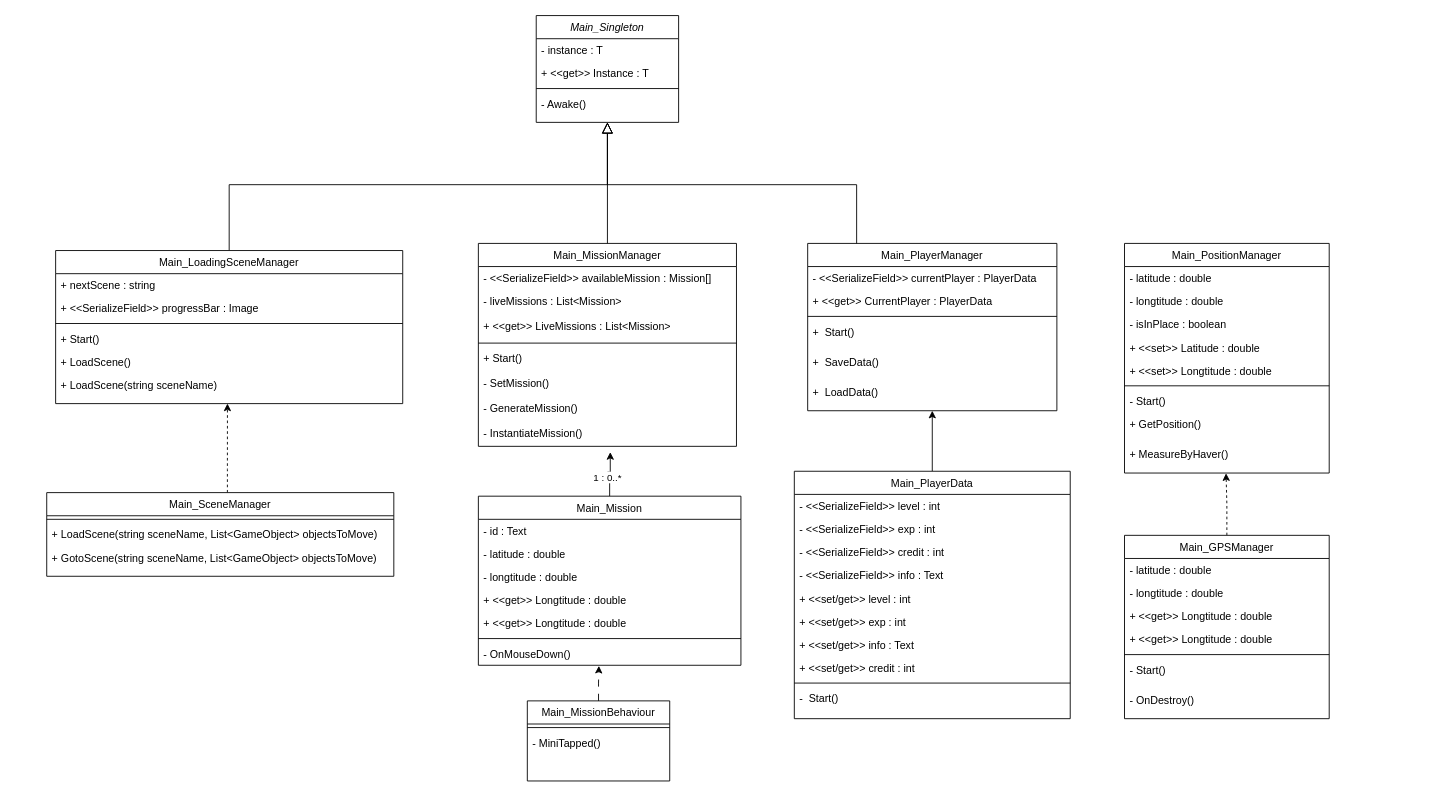
This is 문서 작업(설계서)/여러가지 자료/스크립트 다이어그램 모음/MainScriptDiagram.drawio from ymg5218/CapstoneARtp, a draw.io file, before an edit. Source tidied: cells renumbered, new cells numbered last; positions are measured from the earlier drawing's top-left corner, leaving out a move shared by most shapes. Both pictures are drawn from the tidied source at 89%, with x=0, y=0 at pixel (46, 15).
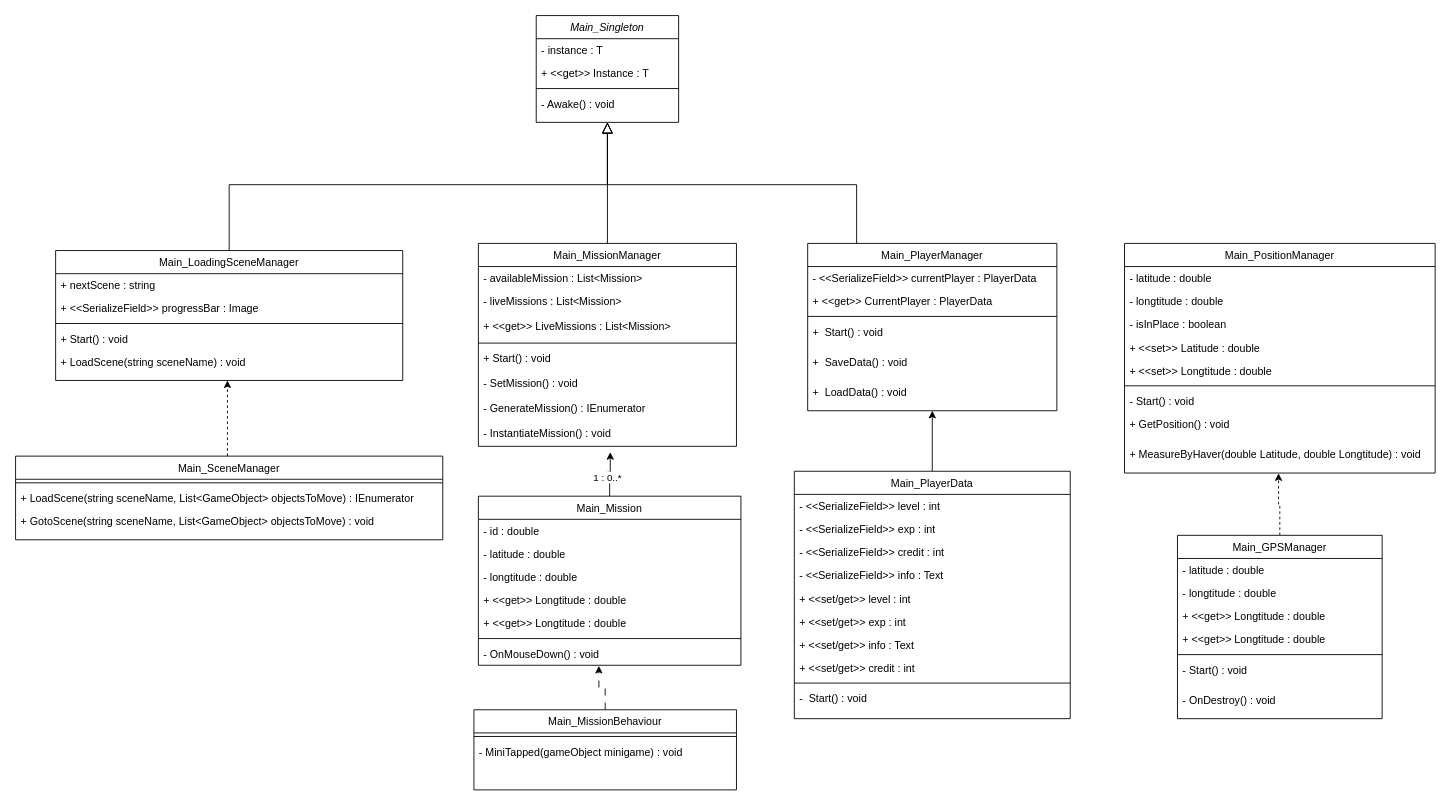
The same page after the edit.

The change refers to these unchanged cells:
```xml
<mxCell id="2" value="Main_Singleton" style="swimlane;fontStyle=2;align=center;verticalAlign=top;horizontal=1;startSize=26;rounded=0;shadow=0;strokeWidth=1;" parent="1" vertex="1">
  <mxGeometry x="550" width="160" height="120" as="geometry" />
</mxCell>
<mxCell id="7" value="Main_MissionManager" style="swimlane;fontStyle=0;align=center;verticalAlign=top;horizontal=1;startSize=26;rounded=0;shadow=0;strokeWidth=1;swimlaneLine=1;" parent="1" vertex="1">
  <mxGeometry x="485" y="256" width="290" height="228" as="geometry" />
</mxCell>
<mxCell id="17" value="Main_PlayerManager" style="swimlane;fontStyle=0;align=center;verticalAlign=top;horizontal=1;startSize=26;rounded=0;shadow=0;strokeWidth=1;" parent="1" vertex="1">
  <mxGeometry x="855" y="256" width="280" height="188" as="geometry" />
</mxCell>
<mxCell id="41" value="Main_Mission" style="swimlane;fontStyle=0;align=center;verticalAlign=top;horizontal=1;startSize=26;rounded=0;shadow=0;strokeWidth=1;" parent="1" vertex="1">
  <mxGeometry x="485" y="540" width="295" height="190" as="geometry" />
</mxCell>
<mxCell id="50" value="Main_PlayerData" style="swimlane;fontStyle=0;align=center;verticalAlign=top;horizontal=1;startSize=26;rounded=0;shadow=0;strokeWidth=1;" parent="1" vertex="1">
  <mxGeometry x="840" y="512" width="310" height="278" as="geometry" />
</mxCell>
```

Diff of the diagram source:
```diff
@@
-    <mxCell id="6" value="- Awake()" style="text;align=left;verticalAlign=top;spacingLeft=4;spacingRight=4;overflow=hidden;" parent="2" vertex="1">
+    <mxCell id="6" value="- Awake() : void" style="text;align=left;verticalAlign=top;spacingLeft=4;spacingRight=4;overflow=hidden;" parent="2" vertex="1">
       <mxGeometry y="86" width="160" height="26" as="geometry" />
     </mxCell>
@@
-    <mxCell id="8" value="- &lt;&lt;SerializeField&gt;&gt; availableMission : Mission[]" style="text;align=left;verticalAlign=top;spacingLeft=4;spacingRight=4;overflow=hidden;" parent="7" vertex="1">
+    <mxCell id="8" value="- availableMission : List&lt;Mission&gt;" style="text;align=left;verticalAlign=top;spacingLeft=4;spacingRight=4;overflow=hidden;" parent="7" vertex="1">
       <mxGeometry y="26" width="290" height="26" as="geometry" />
     </mxCell>
@@
-    <mxCell id="12" value="+ Start()" style="text;align=left;verticalAlign=top;spacingLeft=4;spacingRight=4;overflow=hidden;rounded=0;shadow=0;html=0;" parent="7" vertex="1">
+    <mxCell id="12" value="+ Start() : void" style="text;align=left;verticalAlign=top;spacingLeft=4;spacingRight=4;overflow=hidden;rounded=0;shadow=0;html=0;" parent="7" vertex="1">
       <mxGeometry y="116" width="290" height="28" as="geometry" />
     </mxCell>
-    <mxCell id="13" value="- SetMission()" style="text;align=left;verticalAlign=top;spacingLeft=4;spacingRight=4;overflow=hidden;rounded=0;shadow=0;html=0;" parent="7" vertex="1">
+    <mxCell id="13" value="- SetMission() : void" style="text;align=left;verticalAlign=top;spacingLeft=4;spacingRight=4;overflow=hidden;rounded=0;shadow=0;html=0;" parent="7" vertex="1">
       <mxGeometry y="144" width="290" height="28" as="geometry" />
     </mxCell>
-    <mxCell id="14" value="- GenerateMission()" style="text;align=left;verticalAlign=top;spacingLeft=4;spacingRight=4;overflow=hidden;rounded=0;shadow=0;html=0;" parent="7" vertex="1">
+    <mxCell id="14" value="- GenerateMission() : IEnumerator" style="text;align=left;verticalAlign=top;spacingLeft=4;spacingRight=4;overflow=hidden;rounded=0;shadow=0;html=0;" parent="7" vertex="1">
       <mxGeometry y="172" width="290" height="28" as="geometry" />
     </mxCell>
-    <mxCell id="15" value="- InstantiateMission()" style="text;align=left;verticalAlign=top;spacingLeft=4;spacingRight=4;overflow=hidden;points=[[0,0.5],[1,0.5]];portConstraint=eastwest;rounded=0;shadow=0;html=0;" parent="7" vertex="1">
+    <mxCell id="15" value="- InstantiateMission() : void" style="text;align=left;verticalAlign=top;spacingLeft=4;spacingRight=4;overflow=hidden;points=[[0,0.5],[1,0.5]];portConstraint=eastwest;rounded=0;shadow=0;html=0;" parent="7" vertex="1">
       <mxGeometry y="200" width="290" height="28" as="geometry" />
     </mxCell>
@@
-    <mxCell id="21" value="+  Start()" style="text;align=left;verticalAlign=top;spacingLeft=4;spacingRight=4;overflow=hidden;" parent="17" vertex="1">
+    <mxCell id="21" value="+  Start() : void" style="text;align=left;verticalAlign=top;spacingLeft=4;spacingRight=4;overflow=hidden;" parent="17" vertex="1">
       <mxGeometry y="86" width="280" height="34" as="geometry" />
     </mxCell>
-    <mxCell id="22" value="+  SaveData()" style="text;align=left;verticalAlign=top;spacingLeft=4;spacingRight=4;overflow=hidden;" parent="17" vertex="1">
+    <mxCell id="22" value="+  SaveData() : void" style="text;align=left;verticalAlign=top;spacingLeft=4;spacingRight=4;overflow=hidden;" parent="17" vertex="1">
       <mxGeometry y="120" width="280" height="34" as="geometry" />
     </mxCell>
-    <mxCell id="23" value="+  LoadData()" style="text;align=left;verticalAlign=top;spacingLeft=4;spacingRight=4;overflow=hidden;" parent="17" vertex="1">
+    <mxCell id="23" value="+  LoadData() : void" style="text;align=left;verticalAlign=top;spacingLeft=4;spacingRight=4;overflow=hidden;" parent="17" vertex="1">
       <mxGeometry y="154" width="280" height="34" as="geometry" />
     </mxCell>
@@
     <mxCell id="27" value="Main_SceneManager" style="swimlane;fontStyle=0;align=center;verticalAlign=top;horizontal=1;startSize=26;rounded=0;shadow=0;strokeWidth=1;" parent="1" vertex="1">
-      <mxGeometry y="536" width="390" height="94" as="geometry" />
+      <mxGeometry x="-35" y="495" width="480" height="94" as="geometry" />
     </mxCell>
     <mxCell id="28" style="line;html=1;strokeWidth=1;align=left;verticalAlign=middle;spacingTop=-1;spacingLeft=3;spacingRight=3;labelPosition=right;" parent="27" vertex="1">
-      <mxGeometry y="26" width="390" height="8" as="geometry" />
+      <mxGeometry y="26" width="480" height="8" as="geometry" />
     </mxCell>
-    <mxCell id="29" value="+ LoadScene(string sceneName, List&lt;GameObject&gt; objectsToMove)" style="text;align=left;verticalAlign=top;spacingLeft=4;spacingRight=4;overflow=hidden;" parent="27" vertex="1">
-      <mxGeometry y="34" width="390" height="26" as="geometry" />
+    <mxCell id="29" value="+ LoadScene(string sceneName, List&lt;GameObject&gt; objectsToMove) : IEnumerator" style="text;align=left;verticalAlign=top;spacingLeft=4;spacingRight=4;overflow=hidden;" parent="27" vertex="1">
+      <mxGeometry y="34" width="480" height="26" as="geometry" />
     </mxCell>
-    <mxCell id="30" value="+ GotoScene(string sceneName, List&lt;GameObject&gt; objectsToMove)" style="text;align=left;verticalAlign=top;spacingLeft=4;spacingRight=4;overflow=hidden;" parent="27" vertex="1">
-      <mxGeometry y="60" width="390" height="34" as="geometry" />
+    <mxCell id="30" value="+ GotoScene(string sceneName, List&lt;GameObject&gt; objectsToMove) : void" style="text;align=left;verticalAlign=top;spacingLeft=4;spacingRight=4;overflow=hidden;" parent="27" vertex="1">
+      <mxGeometry y="60" width="480" height="34" as="geometry" />
     </mxCell>
@@
     <mxCell id="32" value="Main_GPSManager" style="swimlane;fontStyle=0;align=center;verticalAlign=top;horizontal=1;startSize=26;rounded=0;shadow=0;strokeWidth=1;" parent="1" vertex="1">
-      <mxGeometry x="1211" y="584" width="230" height="206" as="geometry" />
+      <mxGeometry x="1270.5" y="584" width="230" height="206" as="geometry" />
     </mxCell>
@@
-    <mxCell id="38" value="- Start()&#10; " style="text;align=left;verticalAlign=top;spacingLeft=4;spacingRight=4;overflow=hidden;" parent="32" vertex="1">
+    <mxCell id="38" value="- Start() : void&#10;" style="text;align=left;verticalAlign=top;spacingLeft=4;spacingRight=4;overflow=hidden;" parent="32" vertex="1">
       <mxGeometry y="138" width="230" height="34" as="geometry" />
     </mxCell>
-    <mxCell id="39" value="- OnDestroy()&#10; " style="text;align=left;verticalAlign=top;spacingLeft=4;spacingRight=4;overflow=hidden;" parent="32" vertex="1">
+    <mxCell id="39" value="- OnDestroy() : void&#10; " style="text;align=left;verticalAlign=top;spacingLeft=4;spacingRight=4;overflow=hidden;" parent="32" vertex="1">
       <mxGeometry y="172" width="230" height="34" as="geometry" />
     </mxCell>
@@
-    <mxCell id="42" value="- id : Text" style="text;align=left;verticalAlign=top;spacingLeft=4;spacingRight=4;overflow=hidden;" parent="41" vertex="1">
+    <mxCell id="42" value="- id : double" style="text;align=left;verticalAlign=top;spacingLeft=4;spacingRight=4;overflow=hidden;" parent="41" vertex="1">
       <mxGeometry y="26" width="295" height="26" as="geometry" />
     </mxCell>
@@
-    <mxCell id="48" value="- OnMouseDown()" style="text;align=left;verticalAlign=top;spacingLeft=4;spacingRight=4;overflow=hidden;points=[[0,0.5],[1,0.5]];portConstraint=eastwest;" parent="41" vertex="1">
+    <mxCell id="48" value="- OnMouseDown() : void" style="text;align=left;verticalAlign=top;spacingLeft=4;spacingRight=4;overflow=hidden;points=[[0,0.5],[1,0.5]];portConstraint=eastwest;" parent="41" vertex="1">
       <mxGeometry y="164" width="295" height="26" as="geometry" />
     </mxCell>
@@
-    <mxCell id="60" value="-  Start()" style="text;align=left;verticalAlign=top;spacingLeft=4;spacingRight=4;overflow=hidden;" parent="50" vertex="1">
+    <mxCell id="60" value="-  Start() : void" style="text;align=left;verticalAlign=top;spacingLeft=4;spacingRight=4;overflow=hidden;" parent="50" vertex="1">
       <mxGeometry y="242" width="310" height="34" as="geometry" />
     </mxCell>
     <mxCell id="61" value="Main_PositionManager" style="swimlane;fontStyle=0;align=center;verticalAlign=top;horizontal=1;startSize=26;rounded=0;shadow=0;strokeWidth=1;" parent="1" vertex="1">
-      <mxGeometry x="1211" y="256" width="230" height="258" as="geometry" />
+      <mxGeometry x="1211" y="256" width="349" height="258" as="geometry" />
     </mxCell>
     <mxCell id="62" value="- latitude : double" style="text;align=left;verticalAlign=top;spacingLeft=4;spacingRight=4;overflow=hidden;" parent="61" vertex="1">
-      <mxGeometry y="26" width="230" height="26" as="geometry" />
+      <mxGeometry y="26" width="349" height="26" as="geometry" />
     </mxCell>
     <mxCell id="63" value="- longtitude : double" style="text;align=left;verticalAlign=top;spacingLeft=4;spacingRight=4;overflow=hidden;" parent="61" vertex="1">
-      <mxGeometry y="52" width="230" height="26" as="geometry" />
+      <mxGeometry y="52" width="349" height="26" as="geometry" />
     </mxCell>
     <mxCell id="64" value="- isInPlace : boolean" style="text;align=left;verticalAlign=top;spacingLeft=4;spacingRight=4;overflow=hidden;" parent="61" vertex="1">
-      <mxGeometry y="78" width="230" height="26" as="geometry" />
+      <mxGeometry y="78" width="349" height="26" as="geometry" />
     </mxCell>
     <mxCell id="65" value="+ &lt;&lt;set&gt;&gt; Latitude : double" style="text;align=left;verticalAlign=top;spacingLeft=4;spacingRight=4;overflow=hidden;" parent="61" vertex="1">
-      <mxGeometry y="104" width="230" height="26" as="geometry" />
+      <mxGeometry y="104" width="349" height="26" as="geometry" />
     </mxCell>
     <mxCell id="66" value="+ &lt;&lt;set&gt;&gt; Longtitude : double" style="text;align=left;verticalAlign=top;spacingLeft=4;spacingRight=4;overflow=hidden;" parent="61" vertex="1">
-      <mxGeometry y="130" width="230" height="26" as="geometry" />
+      <mxGeometry y="130" width="349" height="26" as="geometry" />
     </mxCell>
     <mxCell id="67" style="line;html=1;strokeWidth=1;align=left;verticalAlign=middle;spacingTop=-1;spacingLeft=3;spacingRight=3;labelPosition=right;" parent="61" vertex="1">
-      <mxGeometry y="156" width="230" height="8" as="geometry" />
+      <mxGeometry y="156" width="349" height="8" as="geometry" />
     </mxCell>
-    <mxCell id="68" value="- Start()" style="text;align=left;verticalAlign=top;spacingLeft=4;spacingRight=4;overflow=hidden;" parent="61" vertex="1">
-      <mxGeometry y="164" width="230" height="26" as="geometry" />
+    <mxCell id="68" value="- Start() : void" style="text;align=left;verticalAlign=top;spacingLeft=4;spacingRight=4;overflow=hidden;" parent="61" vertex="1">
+      <mxGeometry y="164" width="349" height="26" as="geometry" />
     </mxCell>
-    <mxCell id="69" value="+ GetPosition()" style="text;align=left;verticalAlign=top;spacingLeft=4;spacingRight=4;overflow=hidden;" parent="61" vertex="1">
-      <mxGeometry y="190" width="230" height="34" as="geometry" />
+    <mxCell id="69" value="+ GetPosition() : void" style="text;align=left;verticalAlign=top;spacingLeft=4;spacingRight=4;overflow=hidden;" parent="61" vertex="1">
+      <mxGeometry y="190" width="349" height="34" as="geometry" />
     </mxCell>
-    <mxCell id="70" value="+ MeasureByHaver()" style="text;align=left;verticalAlign=top;spacingLeft=4;spacingRight=4;overflow=hidden;points=[[0,0.5],[1,0.5]];portConstraint=eastwest;" parent="61" vertex="1">
-      <mxGeometry y="224" width="230" height="34" as="geometry" />
+    <mxCell id="70" value="+ MeasureByHaver(double Latitude, double Longtitude) : void" style="text;align=left;verticalAlign=top;spacingLeft=4;spacingRight=4;overflow=hidden;points=[[0,0.5],[1,0.5]];portConstraint=eastwest;" parent="61" vertex="1">
+      <mxGeometry y="224" width="349" height="34" as="geometry" />
     </mxCell>
@@
     <mxCell id="72" value="Main_MissionBehaviour" style="swimlane;fontStyle=0;align=center;verticalAlign=top;horizontal=1;startSize=26;rounded=0;shadow=0;strokeWidth=1;" parent="1" vertex="1">
-      <mxGeometry x="540" y="770" width="160" height="90" as="geometry" />
+      <mxGeometry x="480" y="780" width="295" height="90" as="geometry" />
     </mxCell>
     <mxCell id="73" style="line;html=1;strokeWidth=1;align=left;verticalAlign=middle;spacingTop=-1;spacingLeft=3;spacingRight=3;labelPosition=right;" parent="72" vertex="1">
-      <mxGeometry y="26" width="160" height="8" as="geometry" />
+      <mxGeometry y="26" width="295" height="8" as="geometry" />
     </mxCell>
-    <mxCell id="74" value="- MiniTapped()" style="text;align=left;verticalAlign=top;spacingLeft=4;spacingRight=4;overflow=hidden;" parent="72" vertex="1">
-      <mxGeometry y="34" width="160" height="26" as="geometry" />
+    <mxCell id="74" value="- MiniTapped(gameObject minigame) : void" style="text;align=left;verticalAlign=top;spacingLeft=4;spacingRight=4;overflow=hidden;" parent="72" vertex="1">
+      <mxGeometry y="34" width="295" height="26" as="geometry" />
     </mxCell>
     <mxCell id="75" value="Main_LoadingSceneManager" style="swimlane;fontStyle=0;align=center;verticalAlign=top;horizontal=1;startSize=26;rounded=0;shadow=0;strokeWidth=1;" parent="1" vertex="1">
-      <mxGeometry x="10" y="264" width="390" height="172" as="geometry" />
+      <mxGeometry x="10" y="264" width="390" height="146" as="geometry" />
     </mxCell>
@@
-    <mxCell id="79" value="+ Start()" style="text;align=left;verticalAlign=top;spacingLeft=4;spacingRight=4;overflow=hidden;" parent="75" vertex="1">
+    <mxCell id="79" value="+ Start() : void" style="text;align=left;verticalAlign=top;spacingLeft=4;spacingRight=4;overflow=hidden;" parent="75" vertex="1">
       <mxGeometry y="86" width="390" height="26" as="geometry" />
     </mxCell>
-    <mxCell id="80" value="+ LoadScene()" style="text;align=left;verticalAlign=top;spacingLeft=4;spacingRight=4;overflow=hidden;" parent="75" vertex="1">
-      <mxGeometry y="112" width="390" height="26" as="geometry" />
-    </mxCell>
-    <mxCell id="81" value="+ LoadScene(string sceneName)" style="text;align=left;verticalAlign=top;spacingLeft=4;spacingRight=4;overflow=hidden;points=[[0,0.5],[1,0.5]];portConstraint=eastwest;" parent="75" vertex="1">
-      <mxGeometry y="138" width="390" height="34" as="geometry" />
+    <mxCell id="81" value="+ LoadScene(string sceneName) : void" style="text;align=left;verticalAlign=top;spacingLeft=4;spacingRight=4;overflow=hidden;points=[[0,0.5],[1,0.5]];portConstraint=eastwest;" parent="75" vertex="1">
+      <mxGeometry y="112" width="390" height="34" as="geometry" />
     </mxCell>
```
